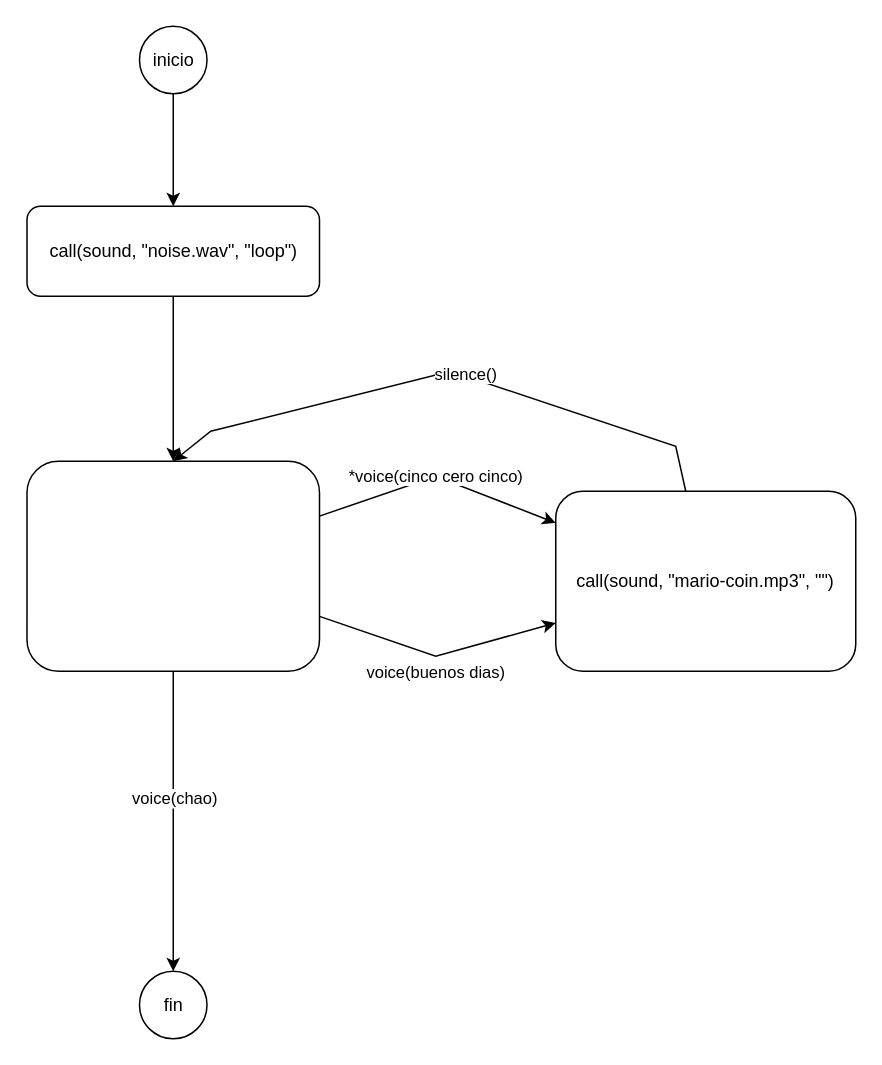
ejfdelgado/ejflab keeps this draw.io diagram as data/ue/scenes/caso1.drawio. Above is the earlier version. Source tidied: cells renumbered, new cells numbered last; positions are measured from the earlier drawing's top-left corner, leaving out a move shared by most shapes. Both pictures are drawn from the tidied source at 150%, with x=0, y=0 at pixel (27, 26).
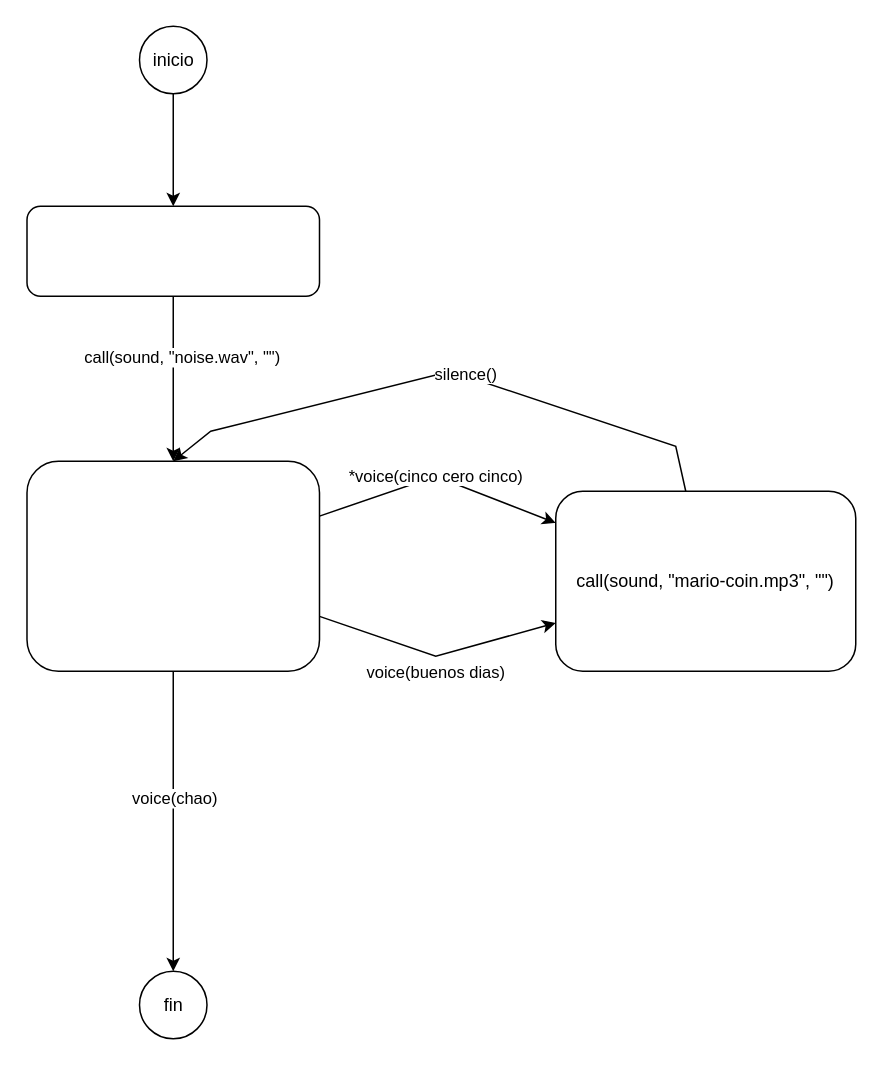
After the change.

The change refers to these unchanged cells:
```xml
<mxCell id="15" style="edgeStyle=none;rounded=0;html=1;" parent="1" edge="1" source="16" target="13">
  <mxGeometry relative="1" as="geometry" />
</mxCell>
```

Diff of the diagram source:
```diff
@@
+    <mxCell id="17" value="call(sound, &quot;noise.wav&quot;, &quot;&quot;)" style="edgeLabel;html=1;align=center;verticalAlign=middle;" parent="15" vertex="1">
+      <mxGeometry x="-0.43" y="2" relative="1" as="geometry">
+        <mxPoint x="3" y="9" as="offset" />
+      </mxGeometry>
+    </mxCell>
-    <mxCell id="16" value="call(sound, &quot;noise.wav&quot;, &quot;loop&quot;)" style="rounded=1;whiteSpace=wrap;html=1;" parent="1" vertex="1">
+    <mxCell id="16" value="&lt;div style=&quot;color: rgb(212, 212, 212); background-color: rgb(30, 30, 30); font-family: &amp;quot;Droid Sans Mono&amp;quot;, &amp;quot;monospace&amp;quot;, monospace; font-size: 14px; line-height: 19px;&quot;&gt;&lt;br&gt;&lt;/div&gt;" style="rounded=1;whiteSpace=wrap;html=1;" parent="1" vertex="1">
       <mxGeometry x="-0.5" y="120" width="195" height="60" as="geometry" />
     </mxCell>
```
